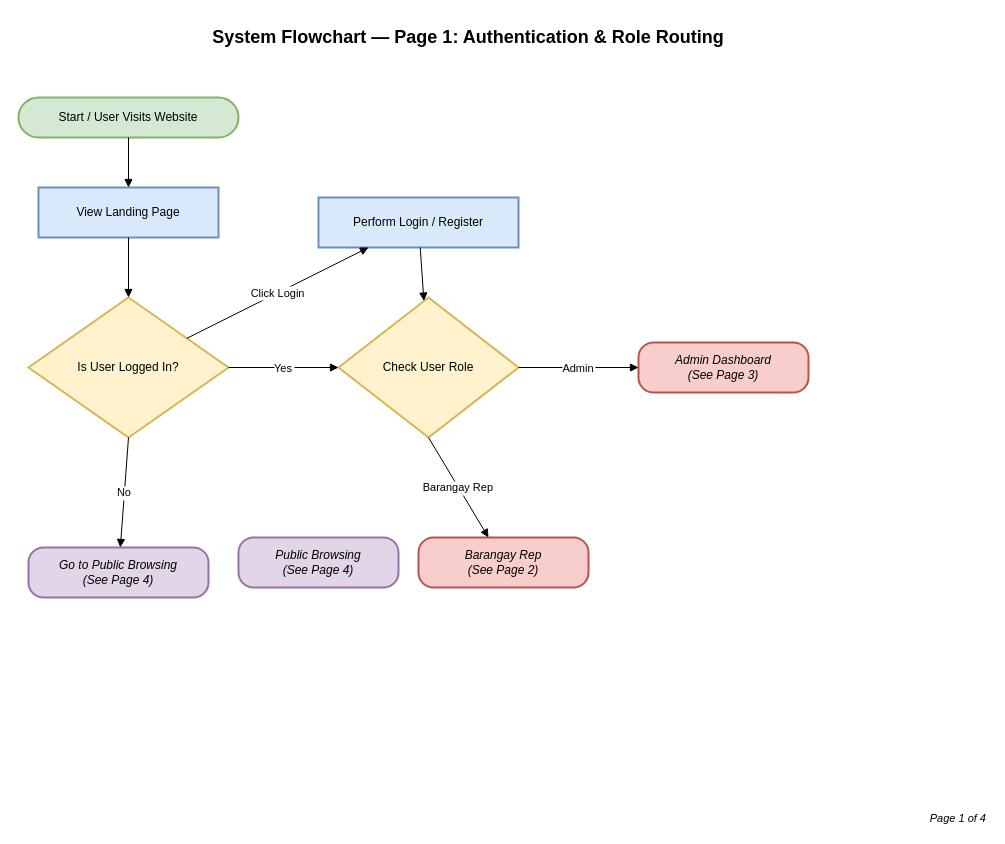
Earlier version of the draw.io diagram page "Page 1 - Authentication Flow" (1 of 4) of docs/diagrams/flowchart_ppt.drawio (jemhakdog/Interactive-Digital-Cultural-Map-and-Local-Tourism-Information-system-for-Mangatarem--Pangasinan). Source tidied: cells renumbered, new cells numbered last; positions are measured from the earlier drawing's top-left corner, leaving out a move shared by most shapes. Both pictures are drawn from the tidied source at 100%, with x=0, y=0 at pixel (18, 17).
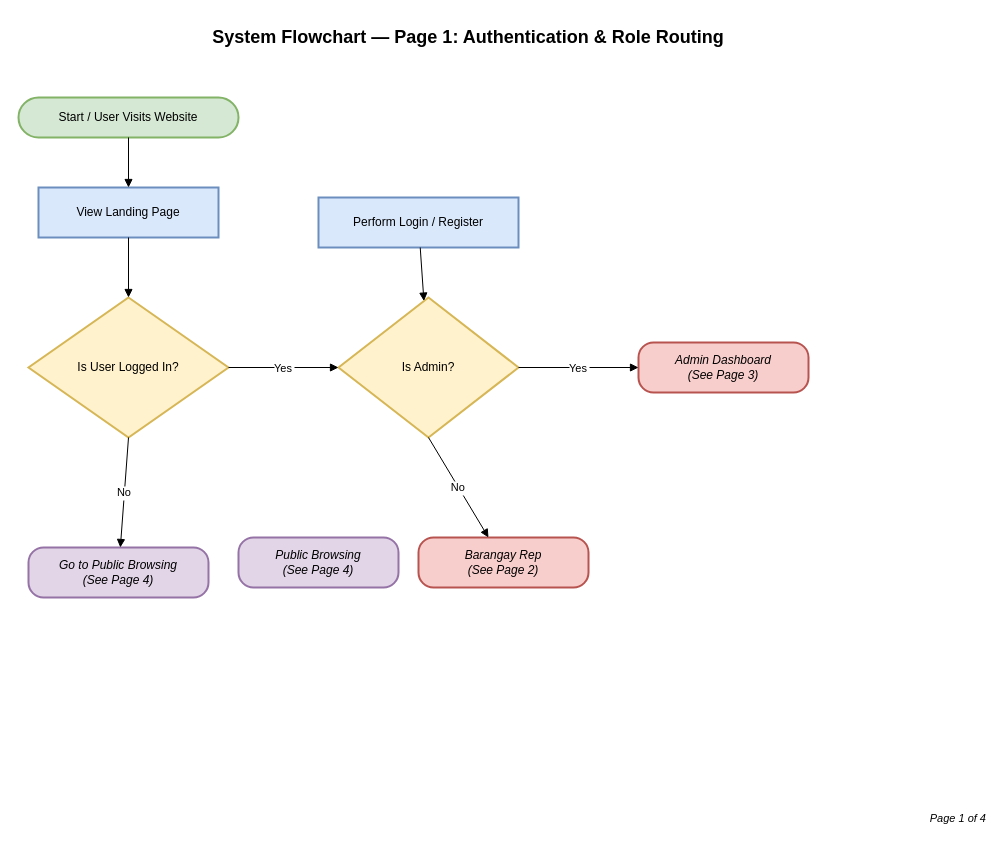
The same page after the edit.

The change refers to these unchanged cells:
```xml
<mxCell id="6" value="Is User Logged In?" style="rhombus;strokeWidth=2;whiteSpace=wrap;fillColor=#fff2cc;strokeColor=#d6b656;fontColor=#000000;" parent="1" vertex="1">
  <mxGeometry x="10" y="280" width="200" height="140" as="geometry" />
</mxCell>
<mxCell id="10" value="Perform Login / Register" style="whiteSpace=wrap;strokeWidth=2;fillColor=#dae8fc;strokeColor=#6c8ebf;fontColor=#000000;" parent="1" vertex="1">
  <mxGeometry x="300" y="180" width="200" height="50" as="geometry" />
</mxCell>
<mxCell id="16" value="Barangay Rep&#10;(See Page 2)" style="rounded=1;whiteSpace=wrap;arcSize=30;strokeWidth=2;fillColor=#f8cecc;strokeColor=#b85450;fontStyle=2;fontColor=#000000;" parent="1" vertex="1">
  <mxGeometry x="400" y="520" width="170" height="50" as="geometry" />
</mxCell>
<mxCell id="17" value="Admin Dashboard&#10;(See Page 3)" style="rounded=1;whiteSpace=wrap;arcSize=30;strokeWidth=2;fillColor=#f8cecc;strokeColor=#b85450;fontStyle=2;fontColor=#000000;" parent="1" vertex="1">
  <mxGeometry x="620" y="325" width="170" height="50" as="geometry" />
</mxCell>
```

Change to the diagram source:
```diff
@@
-    <mxCell id="11" value="Click Login" style="startArrow=none;endArrow=block;rounded=0;fontColor=#000000;labelBackgroundColor=#ffffff;" parent="1" edge="1" source="6" target="10">
-      <mxGeometry relative="1" as="geometry" />
-    </mxCell>
-    <mxCell id="12" value="Check User Role" style="rhombus;strokeWidth=2;whiteSpace=wrap;fillColor=#fff2cc;strokeColor=#d6b656;fontColor=#000000;" parent="1" vertex="1">
+    <mxCell id="12" value="Is Admin?" style="rhombus;strokeWidth=2;whiteSpace=wrap;fillColor=#fff2cc;strokeColor=#d6b656;fontColor=#000000;" parent="1" vertex="1">
       <mxGeometry x="320" y="280" width="180" height="140" as="geometry" />
     </mxCell>
@@
-    <mxCell id="18" value="Barangay Rep" style="startArrow=none;endArrow=block;rounded=0;fontColor=#000000;labelBackgroundColor=#ffffff;exitX=0.5;exitY=1;exitDx=0;exitDy=0;" parent="1" edge="1" source="12" target="16">
+    <mxCell id="18" value="No" style="startArrow=none;endArrow=block;rounded=0;fontColor=#000000;labelBackgroundColor=#ffffff;exitX=0.5;exitY=1;exitDx=0;exitDy=0;" parent="1" edge="1" source="12" target="16">
       <mxGeometry relative="1" as="geometry" />
     </mxCell>
-    <mxCell id="19" value="Admin" style="startArrow=none;endArrow=block;rounded=0;fontColor=#000000;labelBackgroundColor=#ffffff;exitX=1;exitY=0.5;exitDx=0;exitDy=0;" parent="1" edge="1" source="12" target="17">
+    <mxCell id="19" value="Yes" style="startArrow=none;endArrow=block;rounded=0;fontColor=#000000;labelBackgroundColor=#ffffff;exitX=1;exitY=0.5;exitDx=0;exitDy=0;" parent="1" edge="1" source="12" target="17">
       <mxGeometry relative="1" as="geometry" />
     </mxCell>
```
